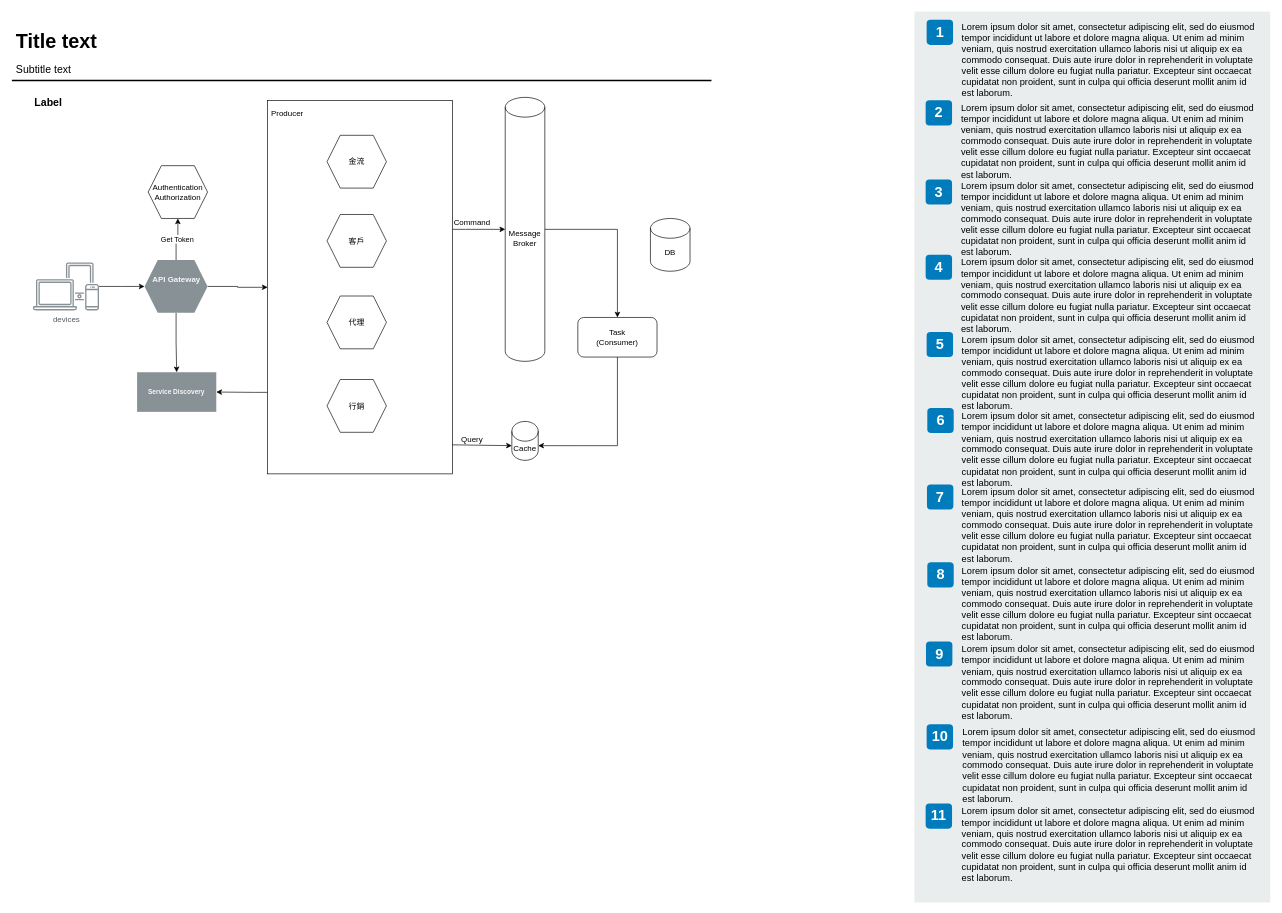
Above: Untitled Diagram.drawio in vuittonatehsn/Instruction (draw.io), before the change. Source tidied: cells renumbered, new cells numbered last; positions are measured from the earlier drawing's top-left corner, leaving out a move shared by most shapes. Both pictures are drawn from the tidied source at 66%, with x=0, y=0 at pixel (11, 11).
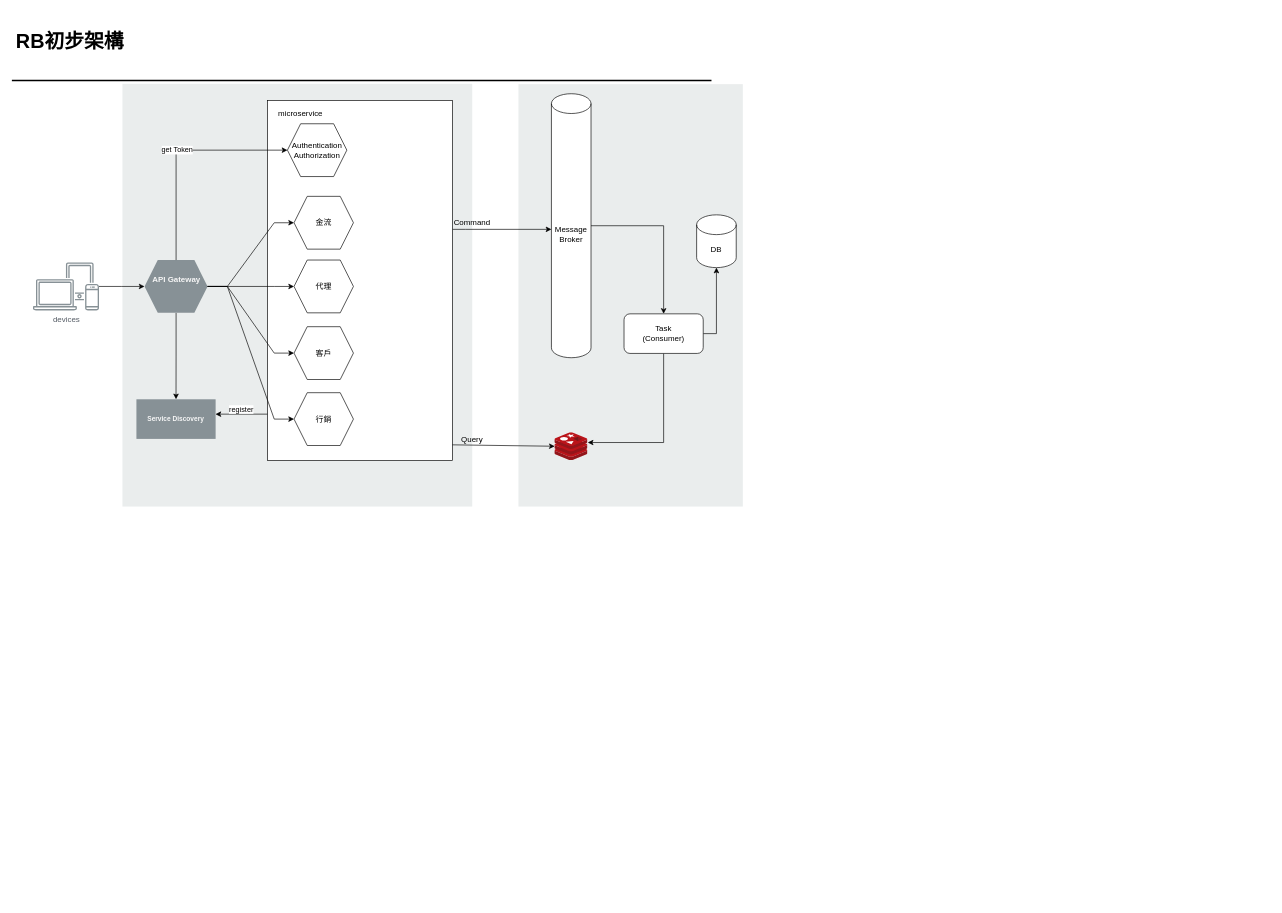
The same diagram, later.

Unchanged cells that the change refers to:
```xml
<mxCell id="34" value="&lt;h4&gt;&lt;font color=&quot;#f7f7f7&quot;&gt;API Gateway&lt;/font&gt;&lt;br&gt;&lt;/h4&gt;" style="shape=hexagon;perimeter=hexagonPerimeter2;whiteSpace=wrap;html=1;fixedSize=1;dashed=0;fontColor=#545B64;fontStyle=0;verticalAlign=top;strokeColor=none;fillColor=#879196;" parent="1" vertex="1">
  <mxGeometry x="201.5" y="376.5" width="95.5" height="80" as="geometry" />
</mxCell>
```

What changed in the source:
```diff
@@
+    <mxCell id="54" style="rounded=0;whiteSpace=wrap;html=1;fillColor=#EAEDED;fontSize=22;fontColor=#FFFFFF;strokeColor=none;labelBackgroundColor=none;" parent="1" vertex="1">
+      <mxGeometry x="768" y="110" width="340" height="640" as="geometry" />
+    </mxCell>
-    <mxCell id="2" value="Title text&lt;br&gt;" style="text;html=1;align=left;verticalAlign=top;spacingTop=-4;fontSize=30;fontStyle=1;" parent="1" vertex="1">
-      <mxGeometry x="4.5" y="24.5" width="130" height="40" as="geometry" />
+    <mxCell id="2" value="RB初步架構" style="text;html=1;align=left;verticalAlign=top;spacingTop=-4;fontSize=30;fontStyle=1;" parent="1" vertex="1">
+      <mxGeometry x="4.5" y="24.5" width="180" height="40" as="geometry" />
     </mxCell>
-    <mxCell id="3" value="Subtitle text&lt;br style=&quot;font-size: 16px&quot;&gt;" style="text;html=1;align=left;verticalAlign=top;spacingTop=-4;fontSize=16;" parent="1" vertex="1">
-      <mxGeometry x="4.5" y="74.5" width="100" height="20" as="geometry" />
-    </mxCell>
-    <mxCell id="4" value="Label" style="text;html=1;align=left;verticalAlign=top;spacingTop=-4;fontSize=16;fontStyle=1;" parent="1" vertex="1">
-      <mxGeometry x="32.5" y="124.5" width="50" height="20" as="geometry" />
-    </mxCell>
@@
     <mxCell id="6" style="rounded=0;whiteSpace=wrap;html=1;fillColor=#EAEDED;fontSize=22;fontColor=#FFFFFF;strokeColor=none;labelBackgroundColor=none;" parent="1" vertex="1">
-      <mxGeometry x="1368" width="539" height="1350" as="geometry" />
+      <mxGeometry x="168" y="109.5" width="530" height="640.5" as="geometry" />
     </mxCell>
-    <mxCell id="7" value="1" style="rounded=1;whiteSpace=wrap;html=1;fillColor=#007CBD;strokeColor=none;fontColor=#FFFFFF;fontStyle=1;fontSize=22;labelBackgroundColor=none;" parent="1" vertex="1">
-      <mxGeometry x="1386.5" y="12.5" width="40" height="38" as="geometry" />
-    </mxCell>
-    <mxCell id="8" value="2" style="rounded=1;whiteSpace=wrap;html=1;fillColor=#007CBD;strokeColor=none;fontColor=#FFFFFF;fontStyle=1;fontSize=22;labelBackgroundColor=none;" parent="1" vertex="1">
-      <mxGeometry x="1385" y="134.5" width="40" height="38" as="geometry" />
-    </mxCell>
-    <mxCell id="9" value="3" style="rounded=1;whiteSpace=wrap;html=1;fillColor=#007CBD;strokeColor=none;fontColor=#FFFFFF;fontStyle=1;fontSize=22;labelBackgroundColor=none;" parent="1" vertex="1">
-      <mxGeometry x="1385" y="254.5" width="40" height="38" as="geometry" />
-    </mxCell>
-    <mxCell id="10" value="4" style="rounded=1;whiteSpace=wrap;html=1;fillColor=#007CBD;strokeColor=none;fontColor=#FFFFFF;fontStyle=1;fontSize=22;labelBackgroundColor=none;" parent="1" vertex="1">
-      <mxGeometry x="1385" y="368.5" width="40" height="38" as="geometry" />
-    </mxCell>
-    <mxCell id="11" value="5" style="rounded=1;whiteSpace=wrap;html=1;fillColor=#007CBD;strokeColor=none;fontColor=#FFFFFF;fontStyle=1;fontSize=22;labelBackgroundColor=none;" parent="1" vertex="1">
-      <mxGeometry x="1386.5" y="485.5" width="40" height="38" as="geometry" />
-    </mxCell>
-    <mxCell id="12" value="6" style="rounded=1;whiteSpace=wrap;html=1;fillColor=#007CBD;strokeColor=none;fontColor=#FFFFFF;fontStyle=1;fontSize=22;labelBackgroundColor=none;" parent="1" vertex="1">
-      <mxGeometry x="1387.5" y="600.5" width="40" height="38" as="geometry" />
-    </mxCell>
-    <mxCell id="13" value="7" style="rounded=1;whiteSpace=wrap;html=1;fillColor=#007CBD;strokeColor=none;fontColor=#FFFFFF;fontStyle=1;fontSize=22;labelBackgroundColor=none;" parent="1" vertex="1">
-      <mxGeometry x="1387" y="716.5" width="40" height="38" as="geometry" />
-    </mxCell>
-    <mxCell id="14" value="8" style="rounded=1;whiteSpace=wrap;html=1;fillColor=#007CBD;strokeColor=none;fontColor=#FFFFFF;fontStyle=1;fontSize=22;labelBackgroundColor=none;" parent="1" vertex="1">
-      <mxGeometry x="1387.5" y="834.5" width="40" height="38" as="geometry" />
-    </mxCell>
-    <mxCell id="15" value="9" style="rounded=1;whiteSpace=wrap;html=1;fillColor=#007CBD;strokeColor=none;fontColor=#FFFFFF;fontStyle=1;fontSize=22;labelBackgroundColor=none;" parent="1" vertex="1">
-      <mxGeometry x="1385.5" y="954.5" width="40" height="38" as="geometry" />
-    </mxCell>
-    <mxCell id="16" value="&lt;span&gt;Lorem ipsum dolor sit amet, consectetur adipiscing elit, sed do eiusmod tempor incididunt ut labore et dolore magna aliqua. Ut enim ad minim veniam, quis nostrud exercitation ullamco laboris nisi ut aliquip ex ea commodo consequat. Duis aute irure dolor in reprehenderit in voluptate velit esse cillum dolore eu fugiat nulla pariatur. Excepteur sint occaecat cupidatat non proident, sunt in culpa qui officia deserunt mollit anim id est laborum.&lt;/span&gt;&lt;br&gt;" style="text;html=1;align=left;verticalAlign=top;spacingTop=-4;fontSize=14;labelBackgroundColor=none;whiteSpace=wrap;" parent="1" vertex="1">
-      <mxGeometry x="1438" y="12" width="449" height="118" as="geometry" />
-    </mxCell>
-    <mxCell id="17" value="&lt;span&gt;Lorem ipsum dolor sit amet, consectetur adipiscing elit, sed do eiusmod tempor incididunt ut labore et dolore magna aliqua. Ut enim ad minim veniam, quis nostrud exercitation ullamco laboris nisi ut aliquip ex ea commodo consequat. Duis aute irure dolor in reprehenderit in voluptate velit esse cillum dolore eu fugiat nulla pariatur. Excepteur sint occaecat cupidatat non proident, sunt in culpa qui officia deserunt mollit anim id est laborum.&lt;/span&gt;&lt;br&gt;" style="text;html=1;align=left;verticalAlign=top;spacingTop=-4;fontSize=14;labelBackgroundColor=none;whiteSpace=wrap;" parent="1" vertex="1">
-      <mxGeometry x="1437" y="135" width="450" height="115" as="geometry" />
-    </mxCell>
-    <mxCell id="18" value="&lt;span&gt;Lorem ipsum dolor sit amet, consectetur adipiscing elit, sed do eiusmod tempor incididunt ut labore et dolore magna aliqua. Ut enim ad minim veniam, quis nostrud exercitation ullamco laboris nisi ut aliquip ex ea commodo consequat. Duis aute irure dolor in reprehenderit in voluptate velit esse cillum dolore eu fugiat nulla pariatur. Excepteur sint occaecat cupidatat non proident, sunt in culpa qui officia deserunt mollit anim id est laborum.&lt;/span&gt;&lt;br&gt;" style="text;html=1;align=left;verticalAlign=top;spacingTop=-4;fontSize=14;labelBackgroundColor=none;whiteSpace=wrap;" parent="1" vertex="1">
-      <mxGeometry x="1437" y="253" width="450" height="117" as="geometry" />
-    </mxCell>
-    <mxCell id="19" value="&lt;span&gt;Lorem ipsum dolor sit amet, consectetur adipiscing elit, sed do eiusmod tempor incididunt ut labore et dolore magna aliqua. Ut enim ad minim veniam, quis nostrud exercitation ullamco laboris nisi ut aliquip ex ea commodo consequat. Duis aute irure dolor in reprehenderit in voluptate velit esse cillum dolore eu fugiat nulla pariatur. Excepteur sint occaecat cupidatat non proident, sunt in culpa qui officia deserunt mollit anim id est laborum.&lt;/span&gt;&lt;br&gt;" style="text;html=1;align=left;verticalAlign=top;spacingTop=-4;fontSize=14;labelBackgroundColor=none;whiteSpace=wrap;" parent="1" vertex="1">
-      <mxGeometry x="1437" y="369" width="450" height="121" as="geometry" />
-    </mxCell>
-    <mxCell id="20" value="&lt;span&gt;Lorem ipsum dolor sit amet, consectetur adipiscing elit, sed do eiusmod tempor incididunt ut labore et dolore magna aliqua. Ut enim ad minim veniam, quis nostrud exercitation ullamco laboris nisi ut aliquip ex ea commodo consequat. Duis aute irure dolor in reprehenderit in voluptate velit esse cillum dolore eu fugiat nulla pariatur. Excepteur sint occaecat cupidatat non proident, sunt in culpa qui officia deserunt mollit anim id est laborum.&lt;/span&gt;&lt;br&gt;" style="text;html=1;align=left;verticalAlign=top;spacingTop=-4;fontSize=14;labelBackgroundColor=none;whiteSpace=wrap;" parent="1" vertex="1">
-      <mxGeometry x="1438" y="486" width="449" height="114" as="geometry" />
-    </mxCell>
-    <mxCell id="21" value="&lt;span&gt;Lorem ipsum dolor sit amet, consectetur adipiscing elit, sed do eiusmod tempor incididunt ut labore et dolore magna aliqua. Ut enim ad minim veniam, quis nostrud exercitation ullamco laboris nisi ut aliquip ex ea commodo consequat. Duis aute irure dolor in reprehenderit in voluptate velit esse cillum dolore eu fugiat nulla pariatur. Excepteur sint occaecat cupidatat non proident, sunt in culpa qui officia deserunt mollit anim id est laborum.&lt;/span&gt;&lt;br&gt;" style="text;html=1;align=left;verticalAlign=top;spacingTop=-4;fontSize=14;labelBackgroundColor=none;whiteSpace=wrap;" parent="1" vertex="1">
-      <mxGeometry x="1438" y="602" width="450" height="118" as="geometry" />
-    </mxCell>
-    <mxCell id="22" value="&lt;span&gt;Lorem ipsum dolor sit amet, consectetur adipiscing elit, sed do eiusmod tempor incididunt ut labore et dolore magna aliqua. Ut enim ad minim veniam, quis nostrud exercitation ullamco laboris nisi ut aliquip ex ea commodo consequat. Duis aute irure dolor in reprehenderit in voluptate velit esse cillum dolore eu fugiat nulla pariatur. Excepteur sint occaecat cupidatat non proident, sunt in culpa qui officia deserunt mollit anim id est laborum.&lt;/span&gt;&lt;br&gt;" style="text;html=1;align=left;verticalAlign=top;spacingTop=-4;fontSize=14;labelBackgroundColor=none;whiteSpace=wrap;" parent="1" vertex="1">
-      <mxGeometry x="1438" y="717" width="449" height="113" as="geometry" />
-    </mxCell>
-    <mxCell id="23" value="&lt;span&gt;Lorem ipsum dolor sit amet, consectetur adipiscing elit, sed do eiusmod tempor incididunt ut labore et dolore magna aliqua. Ut enim ad minim veniam, quis nostrud exercitation ullamco laboris nisi ut aliquip ex ea commodo consequat. Duis aute irure dolor in reprehenderit in voluptate velit esse cillum dolore eu fugiat nulla pariatur. Excepteur sint occaecat cupidatat non proident, sunt in culpa qui officia deserunt mollit anim id est laborum.&lt;/span&gt;&lt;br&gt;" style="text;html=1;align=left;verticalAlign=top;spacingTop=-4;fontSize=14;labelBackgroundColor=none;whiteSpace=wrap;" parent="1" vertex="1">
-      <mxGeometry x="1438" y="836" width="449" height="124" as="geometry" />
-    </mxCell>
-    <mxCell id="24" value="&lt;span&gt;Lorem ipsum dolor sit amet, consectetur adipiscing elit, sed do eiusmod tempor incididunt ut labore et dolore magna aliqua. Ut enim ad minim veniam, quis nostrud exercitation ullamco laboris nisi ut aliquip ex ea commodo consequat. Duis aute irure dolor in reprehenderit in voluptate velit esse cillum dolore eu fugiat nulla pariatur. Excepteur sint occaecat cupidatat non proident, sunt in culpa qui officia deserunt mollit anim id est laborum.&lt;/span&gt;&lt;br&gt;" style="text;html=1;align=left;verticalAlign=top;spacingTop=-4;fontSize=14;labelBackgroundColor=none;whiteSpace=wrap;" parent="1" vertex="1">
-      <mxGeometry x="1438" y="955" width="449" height="115" as="geometry" />
-    </mxCell>
-    <mxCell id="25" value="10" style="rounded=1;whiteSpace=wrap;html=1;fillColor=#007CBD;strokeColor=none;fontColor=#FFFFFF;fontStyle=1;fontSize=22;labelBackgroundColor=none;" parent="1" vertex="1">
-      <mxGeometry x="1386.5" y="1080" width="40" height="38" as="geometry" />
-    </mxCell>
-    <mxCell id="26" value="&lt;span&gt;Lorem ipsum dolor sit amet, consectetur adipiscing elit, sed do eiusmod tempor incididunt ut labore et dolore magna aliqua. Ut enim ad minim veniam, quis nostrud exercitation ullamco laboris nisi ut aliquip ex ea commodo consequat. Duis aute irure dolor in reprehenderit in voluptate velit esse cillum dolore eu fugiat nulla pariatur. Excepteur sint occaecat cupidatat non proident, sunt in culpa qui officia deserunt mollit anim id est laborum.&lt;/span&gt;&lt;br&gt;" style="text;html=1;align=left;verticalAlign=top;spacingTop=-4;fontSize=14;labelBackgroundColor=none;whiteSpace=wrap;" parent="1" vertex="1">
-      <mxGeometry x="1439" y="1080.5" width="449" height="115" as="geometry" />
-    </mxCell>
-    <mxCell id="27" value="11" style="rounded=1;whiteSpace=wrap;html=1;fillColor=#007CBD;strokeColor=none;fontColor=#FFFFFF;fontStyle=1;fontSize=22;labelBackgroundColor=none;" parent="1" vertex="1">
-      <mxGeometry x="1385" y="1200" width="40" height="38" as="geometry" />
-    </mxCell>
-    <mxCell id="28" value="&lt;span&gt;Lorem ipsum dolor sit amet, consectetur adipiscing elit, sed do eiusmod tempor incididunt ut labore et dolore magna aliqua. Ut enim ad minim veniam, quis nostrud exercitation ullamco laboris nisi ut aliquip ex ea commodo consequat. Duis aute irure dolor in reprehenderit in voluptate velit esse cillum dolore eu fugiat nulla pariatur. Excepteur sint occaecat cupidatat non proident, sunt in culpa qui officia deserunt mollit anim id est laborum.&lt;/span&gt;&lt;br&gt;" style="text;html=1;align=left;verticalAlign=top;spacingTop=-4;fontSize=14;labelBackgroundColor=none;whiteSpace=wrap;" parent="1" vertex="1">
-      <mxGeometry x="1437.5" y="1200.5" width="449" height="115" as="geometry" />
-    </mxCell>
@@
-    <mxCell id="32" style="edgeStyle=orthogonalEdgeStyle;rounded=0;jettySize=auto;html=1;" parent="1" edge="1" source="34" target="38">
-      <mxGeometry relative="1" as="geometry" />
-    </mxCell>
-    <mxCell id="33" value="Get Token" style="edgeStyle=orthogonalEdgeStyle;rounded=0;jettySize=auto;html=1;" parent="1" edge="1" source="34" target="43">
-      <mxGeometry relative="1" as="geometry" />
-    </mxCell>
@@
     <mxCell id="35" value="&lt;h5&gt;&lt;b&gt;&lt;font color=&quot;#f7f7f7&quot;&gt;Service Discovery&lt;/font&gt;&lt;/b&gt;&lt;/h5&gt;" style="whiteSpace=wrap;html=1;dashed=0;fontColor=#545B64;fontStyle=0;verticalAlign=top;strokeColor=none;fillColor=#879196;" parent="1" vertex="1">
-      <mxGeometry x="190.2" y="546.5" width="120" height="60" as="geometry" />
+      <mxGeometry x="189.2" y="587.5" width="120" height="60" as="geometry" />
     </mxCell>
@@
-    <mxCell id="37" style="edgeStyle=orthogonalEdgeStyle;rounded=0;jettySize=auto;html=1;entryX=1;entryY=0.5;entryDx=0;entryDy=0;" parent="1" edge="1" source="38" target="35">
-      <mxGeometry relative="1" as="geometry">
+    <mxCell id="37" value="register" style="edgeStyle=orthogonalEdgeStyle;rounded=0;jettySize=auto;html=1;" parent="1" edge="1" source="38">
+      <mxGeometry x="0.01" y="-7" relative="1" as="geometry">
+        <mxPoint x="309" y="610" as="targetPoint" />
         <Array as="points">
-          <mxPoint x="368" y="577" />
-          <mxPoint x="368" y="577" />
+          <mxPoint x="309" y="610" />
         </Array>
       </mxGeometry>
     </mxCell>
     <mxCell id="38" style="rounded=0;whiteSpace=wrap;html=1;" parent="1" vertex="1">
-      <mxGeometry x="388" y="135" width="280" height="565.5" as="geometry" />
+      <mxGeometry x="388" y="135" width="280" height="545" as="geometry" />
     </mxCell>
     <mxCell id="39" value="客戶" style="shape=hexagon;perimeter=hexagonPerimeter2;whiteSpace=wrap;html=1;fixedSize=1;" parent="1" vertex="1">
-      <mxGeometry x="478" y="307.5" width="90" height="80" as="geometry" />
+      <mxGeometry x="428" y="477.5" width="90" height="80" as="geometry" />
     </mxCell>
     <mxCell id="40" value="金流" style="shape=hexagon;perimeter=hexagonPerimeter2;whiteSpace=wrap;html=1;fixedSize=1;" parent="1" vertex="1">
-      <mxGeometry x="478" y="187.5" width="90" height="80" as="geometry" />
+      <mxGeometry x="428" y="280" width="90" height="80" as="geometry" />
     </mxCell>
     <mxCell id="41" value="代理" style="shape=hexagon;perimeter=hexagonPerimeter2;whiteSpace=wrap;html=1;fixedSize=1;" parent="1" vertex="1">
-      <mxGeometry x="478" y="431" width="90" height="80" as="geometry" />
+      <mxGeometry x="428" y="376.5" width="90" height="80" as="geometry" />
     </mxCell>
     <mxCell id="42" value="行銷" style="shape=hexagon;perimeter=hexagonPerimeter2;whiteSpace=wrap;html=1;fixedSize=1;" parent="1" vertex="1">
-      <mxGeometry x="478" y="557.5" width="90" height="80" as="geometry" />
+      <mxGeometry x="428" y="577.5" width="90" height="80" as="geometry" />
     </mxCell>
-    <mxCell id="43" value="Authentication&lt;br&gt;Authorization" style="shape=hexagon;perimeter=hexagonPerimeter2;whiteSpace=wrap;html=1;fixedSize=1;" parent="1" vertex="1">
-      <mxGeometry x="207" y="233.5" width="90" height="80" as="geometry" />
-    </mxCell>
     <mxCell id="44" style="edgeStyle=orthogonalEdgeStyle;rounded=0;jettySize=auto;html=1;" parent="1" edge="1" source="45" target="53">
       <mxGeometry relative="1" as="geometry">
         <Array as="points">
-          <mxPoint x="918" y="330" />
+          <mxPoint x="988" y="324.5" />
         </Array>
       </mxGeometry>
     </mxCell>
     <mxCell id="45" value="Message&lt;br&gt;Broker" style="shape=cylinder3;whiteSpace=wrap;html=1;boundedLbl=1;backgroundOutline=1;size=15;" parent="1" vertex="1">
-      <mxGeometry x="748" y="130" width="60" height="400" as="geometry" />
+      <mxGeometry x="818" y="124.5" width="60" height="400" as="geometry" />
     </mxCell>
-    <mxCell id="46" value="Cache" style="shape=cylinder3;whiteSpace=wrap;html=1;boundedLbl=1;backgroundOutline=1;size=15;" parent="1" vertex="1">
-      <mxGeometry x="758" y="621" width="40" height="59" as="geometry" />
-    </mxCell>
     <mxCell id="47" value="DB" style="shape=cylinder3;whiteSpace=wrap;html=1;boundedLbl=1;backgroundOutline=1;size=15;" parent="1" vertex="1">
-      <mxGeometry x="968" y="313.5" width="60" height="80" as="geometry" />
+      <mxGeometry x="1038" y="308" width="60" height="80" as="geometry" />
     </mxCell>
@@
-    <mxCell id="49" style="endArrow=classic;html=1;entryX=0;entryY=0;entryDx=0;entryDy=36.75;entryPerimeter=0;" parent="1" edge="1" target="46">
+    <mxCell id="49" style="endArrow=classic;html=1;" parent="1" edge="1" target="60">
       <mxGeometry relative="1" as="geometry">
         <mxPoint x="668" y="656.5" as="sourcePoint" />
       </mxGeometry>
     </mxCell>
@@
-    <mxCell id="51" value="Producer" style="text;html=1;strokeColor=none;fillColor=none;align=center;verticalAlign=middle;whiteSpace=wrap;rounded=0;" parent="1" vertex="1">
-      <mxGeometry x="398" y="143.5" width="40" height="20" as="geometry" />
+    <mxCell id="51" value="microservice" style="text;html=1;strokeColor=none;fillColor=none;align=center;verticalAlign=middle;whiteSpace=wrap;rounded=0;" parent="1" vertex="1">
+      <mxGeometry x="418" y="144.5" width="40" height="20" as="geometry" />
     </mxCell>
-    <mxCell id="52" style="edgeStyle=orthogonalEdgeStyle;rounded=0;jettySize=auto;html=1;entryX=1;entryY=0;entryDx=0;entryDy=36.75;entryPerimeter=0;" parent="1" edge="1" source="53" target="46">
+    <mxCell id="52" style="edgeStyle=orthogonalEdgeStyle;rounded=0;jettySize=auto;html=1;" parent="1" edge="1" source="53" target="60">
       <mxGeometry relative="1" as="geometry">
         <Array as="points">
-          <mxPoint x="918" y="658" />
+          <mxPoint x="988" y="653" />
         </Array>
       </mxGeometry>
     </mxCell>
+    <mxCell id="55" style="edgeStyle=orthogonalEdgeStyle;rounded=0;jettySize=auto;html=1;entryX=0.5;entryY=1;entryDx=0;entryDy=0;entryPerimeter=0;" parent="1" edge="1" source="53" target="47">
+      <mxGeometry relative="1" as="geometry">
+        <Array as="points">
+          <mxPoint x="1068" y="488.5" />
+        </Array>
+      </mxGeometry>
+    </mxCell>
     <mxCell id="53" value="Task&lt;br&gt;(Consumer)" style="rounded=1;whiteSpace=wrap;html=1;" parent="1" vertex="1">
-      <mxGeometry x="858" y="463.5" width="120" height="60" as="geometry" />
+      <mxGeometry x="928" y="458" width="120" height="60" as="geometry" />
     </mxCell>
+    <mxCell id="43" value="Authentication&lt;br&gt;Authorization" style="shape=hexagon;perimeter=hexagonPerimeter2;whiteSpace=wrap;html=1;fixedSize=1;" parent="1" vertex="1">
+      <mxGeometry x="418" y="170" width="90" height="80" as="geometry" />
+    </mxCell>
+    <mxCell id="33" value="get Token" style="edgeStyle=orthogonalEdgeStyle;rounded=0;jettySize=auto;html=1;entryX=0;entryY=0.5;entryDx=0;entryDy=0;" parent="1" edge="1" source="34" target="43">
+      <mxGeometry relative="1" as="geometry">
+        <Array as="points">
+          <mxPoint x="249" y="210" />
+        </Array>
+      </mxGeometry>
+    </mxCell>
+    <mxCell id="56" style="edgeStyle=entityRelationEdgeStyle;rounded=0;jettySize=auto;html=1;entryX=0;entryY=0.5;entryDx=0;entryDy=0;" parent="1" edge="1" source="34" target="40">
+      <mxGeometry relative="1" as="geometry" />
+    </mxCell>
+    <mxCell id="57" style="edgeStyle=entityRelationEdgeStyle;rounded=0;jettySize=auto;html=1;entryX=0;entryY=0.5;entryDx=0;entryDy=0;" parent="1" edge="1" source="34" target="41">
+      <mxGeometry relative="1" as="geometry" />
+    </mxCell>
+    <mxCell id="58" style="edgeStyle=entityRelationEdgeStyle;rounded=0;jettySize=auto;html=1;" parent="1" edge="1" source="34" target="39">
+      <mxGeometry relative="1" as="geometry" />
+    </mxCell>
+    <mxCell id="59" style="edgeStyle=entityRelationEdgeStyle;rounded=0;jettySize=auto;html=1;" parent="1" edge="1" source="34" target="42">
+      <mxGeometry relative="1" as="geometry" />
+    </mxCell>
+    <mxCell id="60" style="html=1;points=[];align=center;image;fontSize=12;image=img/lib/mscae/Cache_Redis_Product.svg;" parent="1" vertex="1">
+      <mxGeometry x="823" y="638" width="50" height="42" as="geometry" />
+    </mxCell>
```
